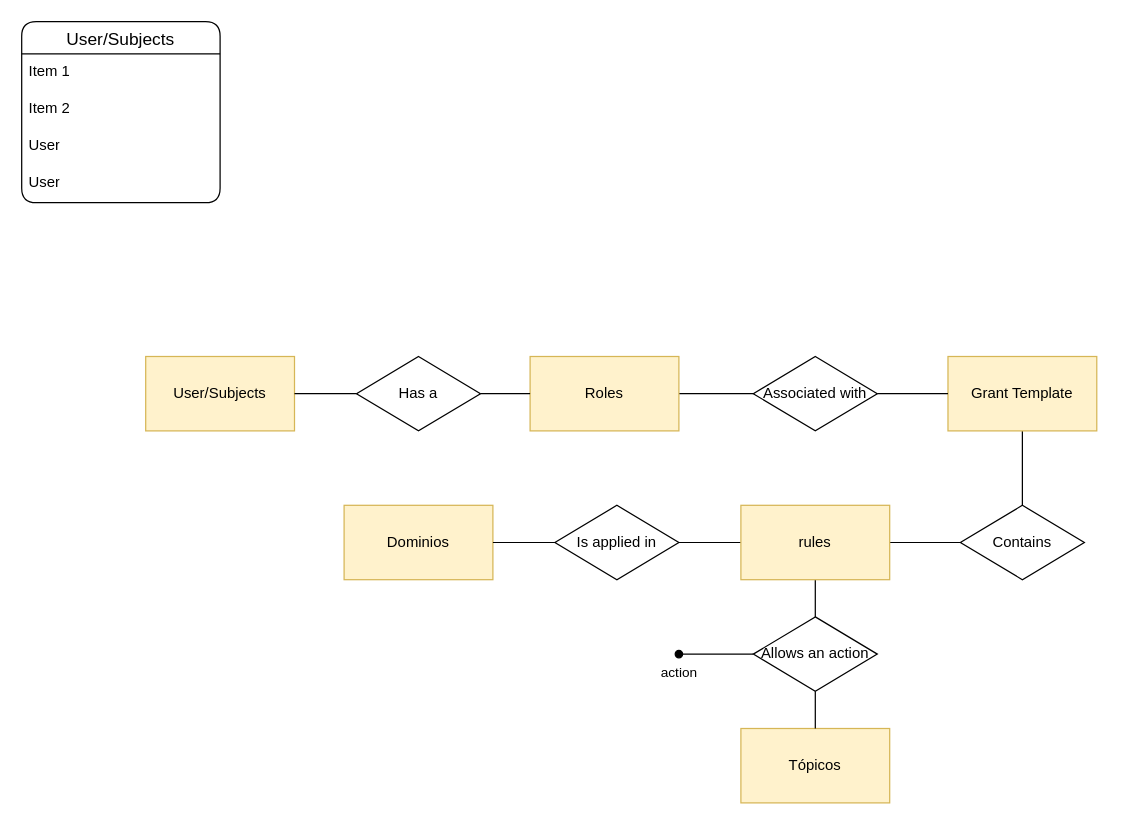
Above: Diagrama base de datos.drawio in argelion14/TFM-AngelAmadeoGonzalezRuiz (draw.io), before the change. Source tidied: cells renumbered, new cells numbered last; positions are measured from the earlier drawing's top-left corner, leaving out a move shared by most shapes. Both pictures are drawn from the tidied source at 124%, with x=0, y=0 at pixel (21, 21).
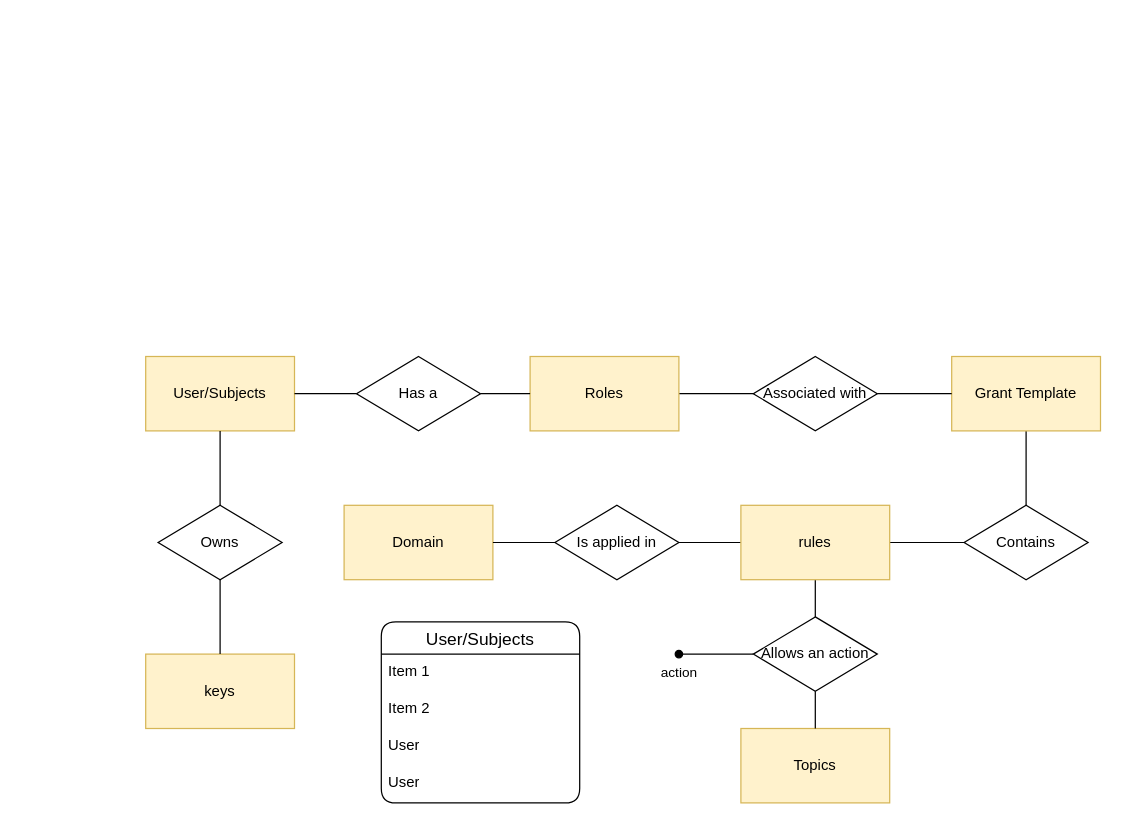
The same page after the edit.

Commit message (it also covers changes not shown here):
Refactor database diagram and update user management logic

Unchanged cells that the change refers to:
```xml
<mxCell id="2" value="User/Subjects" style="rounded=0;whiteSpace=wrap;html=1;fillColor=#fff2cc;strokeColor=#d6b656;" parent="1" vertex="1">
  <mxGeometry x="100" y="270" width="120" height="60" as="geometry" />
</mxCell>
```

Change to the diagram source:
```diff
@@
     <mxCell id="9" value="Grant Template" style="rounded=0;whiteSpace=wrap;html=1;fillColor=#fff2cc;strokeColor=#d6b656;" parent="1" vertex="1">
-      <mxGeometry x="747" y="270" width="120" height="60" as="geometry" />
+      <mxGeometry x="750" y="270" width="120" height="60" as="geometry" />
     </mxCell>
@@
     <mxCell id="13" value="&lt;p&gt;Contains&lt;/p&gt;" style="rhombus;whiteSpace=wrap;html=1;" parent="1" vertex="1">
-      <mxGeometry x="757" y="390" width="100" height="60" as="geometry" />
+      <mxGeometry x="760" y="390" width="100" height="60" as="geometry" />
     </mxCell>
@@
-    <mxCell id="17" value="Dominios" style="rounded=0;whiteSpace=wrap;html=1;fillColor=#fff2cc;strokeColor=#d6b656;" parent="1" vertex="1">
+    <mxCell id="17" value="Domain" style="rounded=0;whiteSpace=wrap;html=1;fillColor=#fff2cc;strokeColor=#d6b656;" parent="1" vertex="1">
       <mxGeometry x="260" y="390" width="120" height="60" as="geometry" />
     </mxCell>
@@
-    <mxCell id="20" value="Tópicos" style="rounded=0;whiteSpace=wrap;html=1;fillColor=#fff2cc;strokeColor=#d6b656;" parent="1" vertex="1">
+    <mxCell id="20" value="Topics" style="rounded=0;whiteSpace=wrap;html=1;fillColor=#fff2cc;strokeColor=#d6b656;" parent="1" vertex="1">
       <mxGeometry x="580" y="570" width="120" height="60" as="geometry" />
     </mxCell>
     <mxCell id="21" value="User/Subjects" style="swimlane;fontStyle=0;horizontal=1;startSize=26;align=center;fontSize=14;rounded=1;" parent="1" vertex="1">
-      <mxGeometry width="160" height="146" as="geometry" />
+      <mxGeometry x="290" y="484" width="160" height="146" as="geometry" />
     </mxCell>
@@
+    <mxCell id="30" value="keys" style="rounded=0;whiteSpace=wrap;html=1;fillColor=#fff2cc;strokeColor=#d6b656;" parent="1" vertex="1">
+      <mxGeometry x="100" y="510" width="120" height="60" as="geometry" />
+    </mxCell>
+    <mxCell id="31" value="&lt;p&gt;Owns&lt;/p&gt;" style="rhombus;whiteSpace=wrap;html=1;" parent="1" vertex="1">
+      <mxGeometry x="110" y="390" width="100" height="60" as="geometry" />
+    </mxCell>
+    <mxCell id="32" style="edgeStyle=orthogonalEdgeStyle;rounded=0;jettySize=auto;html=1;entryX=0.5;entryY=1;entryDx=0;entryDy=0;endArrow=none;startFill=0;exitX=0.5;exitY=0;exitDx=0;exitDy=0;" parent="1" edge="1" source="31" target="2">
+      <mxGeometry relative="1" as="geometry" />
+    </mxCell>
+    <mxCell id="33" style="edgeStyle=orthogonalEdgeStyle;rounded=0;jettySize=auto;html=1;entryX=0.5;entryY=1;entryDx=0;entryDy=0;endArrow=none;startFill=0;exitX=0.5;exitY=0;exitDx=0;exitDy=0;" parent="1" edge="1" source="30" target="31">
+      <mxGeometry relative="1" as="geometry" />
+    </mxCell>
```
